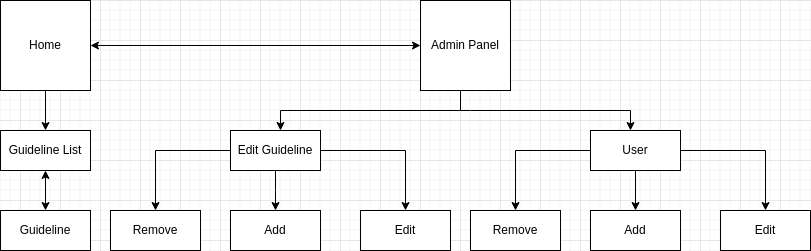
Above: UX_Dashboard.drawio.png in Mat3u52/Dashboard (draw.io), before the change. Source tidied: cells renumbered, new cells last; positions are measured from the earlier drawing's top-left corner, leaving out a move shared by most shapes. Its diagram source:
```xml
<mxGraphModel>
  <root>
    <mxCell id="0" />
    <mxCell id="1" parent="0" />
    <mxCell id="2" value="Home" style="whiteSpace=wrap;html=1;" parent="1" vertex="1">
      <mxGeometry width="90" height="90" as="geometry" />
    </mxCell>
    <mxCell id="3" value="Admin Panel" style="whiteSpace=wrap;html=1;" parent="1" vertex="1">
      <mxGeometry x="420" width="90" height="90" as="geometry" />
    </mxCell>
    <mxCell id="4" style="endArrow=classic;startArrow=classic;html=1;rounded=0;entryX=0;entryY=0.5;entryDx=0;entryDy=0;exitX=1;exitY=0.5;exitDx=0;exitDy=0;" parent="1" edge="1" source="2" target="3">
      <mxGeometry relative="1" as="geometry" />
    </mxCell>
    <mxCell id="5" value="Guideline List" style="rounded=0;whiteSpace=wrap;html=1;" parent="1" vertex="1">
      <mxGeometry y="130" width="90" height="40" as="geometry" />
    </mxCell>
    <mxCell id="6" value="Guideline&lt;br&gt;" style="rounded=0;whiteSpace=wrap;html=1;" parent="1" vertex="1">
      <mxGeometry y="210" width="90" height="40" as="geometry" />
    </mxCell>
    <mxCell id="7" style="edgeStyle=orthogonalEdgeStyle;rounded=0;jettySize=auto;html=1;" parent="1" edge="1" source="10" target="15">
      <mxGeometry relative="1" as="geometry">
        <Array as="points">
          <mxPoint x="275" y="190" />
          <mxPoint x="275" y="190" />
        </Array>
      </mxGeometry>
    </mxCell>
    <mxCell id="8" style="edgeStyle=orthogonalEdgeStyle;rounded=0;jettySize=auto;html=1;entryX=0.5;entryY=0;entryDx=0;entryDy=0;" parent="1" edge="1" source="10" target="11">
      <mxGeometry relative="1" as="geometry" />
    </mxCell>
    <mxCell id="9" style="edgeStyle=orthogonalEdgeStyle;rounded=0;jettySize=auto;html=1;entryX=0.5;entryY=0;entryDx=0;entryDy=0;" parent="1" edge="1" source="10" target="14">
      <mxGeometry relative="1" as="geometry" />
    </mxCell>
    <mxCell id="10" value="Edit Guideline" style="rounded=0;whiteSpace=wrap;html=1;" parent="1" vertex="1">
      <mxGeometry x="230" y="130" width="90" height="40" as="geometry" />
    </mxCell>
    <mxCell id="11" value="Remove" style="rounded=0;whiteSpace=wrap;html=1;" parent="1" vertex="1">
      <mxGeometry x="110" y="210" width="90" height="40" as="geometry" />
    </mxCell>
    <mxCell id="12" style="endArrow=classic;html=1;rounded=0;entryX=0.5;entryY=0;entryDx=0;entryDy=0;exitX=0.5;exitY=1;exitDx=0;exitDy=0;" parent="1" edge="1" source="2" target="5">
      <mxGeometry relative="1" as="geometry" />
    </mxCell>
    <mxCell id="13" style="endArrow=classic;startArrow=classic;html=1;rounded=0;exitX=0.5;exitY=0;exitDx=0;exitDy=0;entryX=0.5;entryY=1;entryDx=0;entryDy=0;" parent="1" edge="1" source="6" target="5">
      <mxGeometry relative="1" as="geometry" />
    </mxCell>
    <mxCell id="14" value="Edit" style="rounded=0;whiteSpace=wrap;html=1;" parent="1" vertex="1">
      <mxGeometry x="360" y="210" width="90" height="40" as="geometry" />
    </mxCell>
    <mxCell id="15" value="Add" style="rounded=0;whiteSpace=wrap;html=1;" parent="1" vertex="1">
      <mxGeometry x="230" y="210" width="90" height="40" as="geometry" />
    </mxCell>
    <mxCell id="16" style="edgeStyle=orthogonalEdgeStyle;rounded=0;jettySize=auto;html=1;exitX=0.5;exitY=1;exitDx=0;exitDy=0;entryX=0.5;entryY=0;entryDx=0;entryDy=0;" parent="1" edge="1" source="19" target="22">
      <mxGeometry relative="1" as="geometry" />
    </mxCell>
    <mxCell id="17" style="edgeStyle=orthogonalEdgeStyle;rounded=0;jettySize=auto;html=1;exitX=0;exitY=0.5;exitDx=0;exitDy=0;entryX=0.5;entryY=0;entryDx=0;entryDy=0;" parent="1" edge="1" source="19" target="20">
      <mxGeometry relative="1" as="geometry" />
    </mxCell>
    <mxCell id="18" style="edgeStyle=orthogonalEdgeStyle;rounded=0;jettySize=auto;html=1;exitX=1;exitY=0.5;exitDx=0;exitDy=0;" parent="1" edge="1" source="19" target="21">
      <mxGeometry relative="1" as="geometry" />
    </mxCell>
    <mxCell id="19" value="User" style="rounded=0;whiteSpace=wrap;html=1;" parent="1" vertex="1">
      <mxGeometry x="590" y="130" width="90" height="40" as="geometry" />
    </mxCell>
    <mxCell id="20" value="Remove" style="rounded=0;whiteSpace=wrap;html=1;" parent="1" vertex="1">
      <mxGeometry x="470" y="210" width="90" height="40" as="geometry" />
    </mxCell>
    <mxCell id="21" value="Edit" style="rounded=0;whiteSpace=wrap;html=1;" parent="1" vertex="1">
      <mxGeometry x="720" y="210" width="90" height="40" as="geometry" />
    </mxCell>
    <mxCell id="22" value="Add" style="rounded=0;whiteSpace=wrap;html=1;" parent="1" vertex="1">
      <mxGeometry x="590" y="210" width="90" height="40" as="geometry" />
    </mxCell>
    <mxCell id="23" style="endArrow=none;html=1;rounded=0;strokeWidth=1;jumpSize=6;" parent="1" edge="1">
      <mxGeometry relative="1" as="geometry">
        <mxPoint x="280" y="110" as="sourcePoint" />
        <mxPoint x="630" y="110" as="targetPoint" />
        <Array as="points">
          <mxPoint x="470" y="110" />
        </Array>
      </mxGeometry>
    </mxCell>
    <mxCell id="24" style="endArrow=classic;html=1;rounded=0;strokeWidth=1;jumpSize=6;" parent="1" edge="1">
      <mxGeometry relative="1" as="geometry">
        <mxPoint x="280" y="110" as="sourcePoint" />
        <mxPoint x="280" y="130" as="targetPoint" />
      </mxGeometry>
    </mxCell>
    <mxCell id="25" style="endArrow=none;html=1;rounded=0;strokeWidth=1;jumpSize=6;" parent="1" edge="1">
      <mxGeometry relative="1" as="geometry">
        <mxPoint x="460" y="110" as="sourcePoint" />
        <mxPoint x="460" y="90" as="targetPoint" />
      </mxGeometry>
    </mxCell>
    <mxCell id="26" style="endArrow=classic;html=1;rounded=0;strokeWidth=1;jumpSize=6;" parent="1" edge="1">
      <mxGeometry relative="1" as="geometry">
        <mxPoint x="630" y="110" as="sourcePoint" />
        <mxPoint x="630" y="130" as="targetPoint" />
      </mxGeometry>
    </mxCell>
  </root>
</mxGraphModel>
```
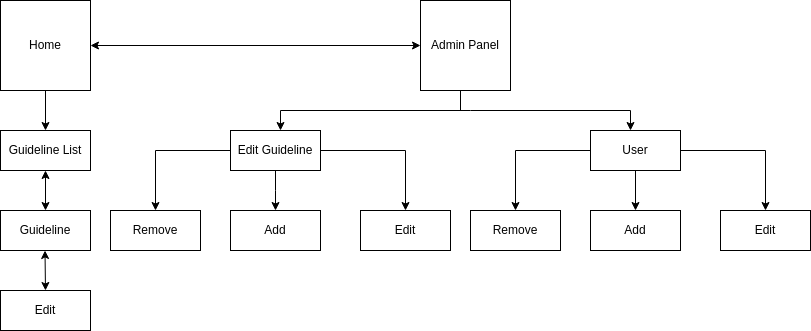
After the commit.

The edit, as a diff of the source:
```diff
@@ -97,5 +97,13 @@
         <mxPoint x="630" y="130" as="targetPoint" />
       </mxGeometry>
     </mxCell>
+    <mxCell id="27" style="endArrow=classic;startArrow=classic;html=1;rounded=0;exitX=0.5;exitY=0;exitDx=0;exitDy=0;" parent="1" edge="1" source="28">
+      <mxGeometry relative="1" as="geometry">
+        <mxPoint x="44.5" y="250" as="targetPoint" />
+      </mxGeometry>
+    </mxCell>
+    <mxCell id="28" value="Edit" style="rounded=0;whiteSpace=wrap;html=1;" parent="1" vertex="1">
+      <mxGeometry y="290" width="90" height="40" as="geometry" />
+    </mxCell>
   </root>
 </mxGraphModel>
```
